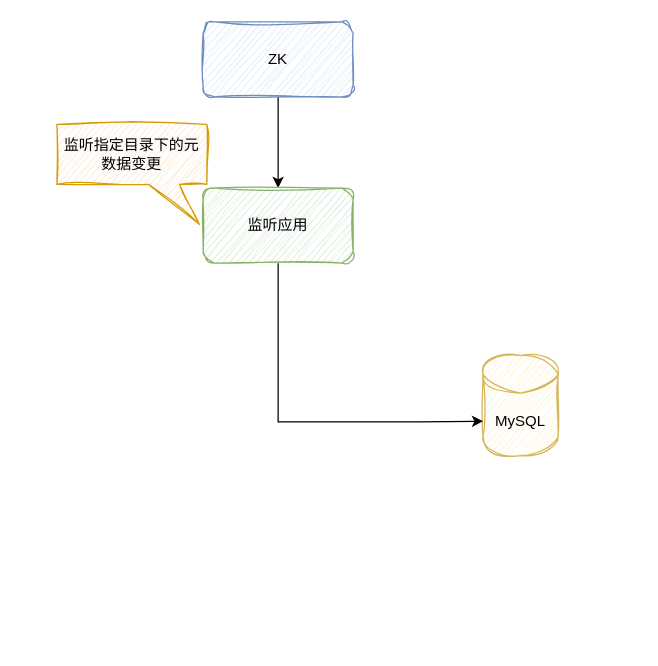
Before: pulsar元数据持久化.drawio in onceMisery/draw, a draw.io diagram. Source tidied: cells renumbered, new cells numbered last; positions are measured from the earlier drawing's top-left corner, leaving out a move shared by most shapes. Both pictures are drawn from the tidied source at 125%, with x=0, y=0 at pixel (56, 21).
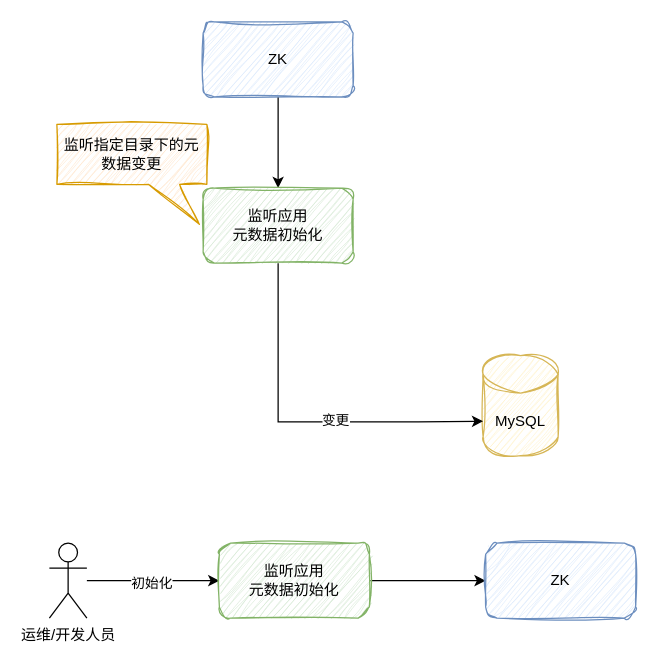
The same page after the edit.

Commit message (it also covers changes not shown here):
更新pulsar元数据持久化.drawio

Diff of the diagram source:
```diff
@@
 <mxGraphModel>
   <root>
     <mxCell id="0" />
     <mxCell id="1" parent="0" />
     <mxCell id="2" style="edgeStyle=orthogonalEdgeStyle;rounded=0;jettySize=auto;html=1;exitX=0.5;exitY=1;exitDx=0;exitDy=0;" parent="1" edge="1" source="3" target="4">
       <mxGeometry relative="1" as="geometry" />
     </mxCell>
     <mxCell id="3" value="ZK" style="rounded=1;whiteSpace=wrap;html=1;sketch=1;curveFitting=1;jiggle=2;shadow=0;textShadow=0;fillColor=#dae8fc;strokeColor=#6c8ebf;glass=0;" parent="1" vertex="1">
       <mxGeometry x="117" width="120" height="60" as="geometry" />
     </mxCell>
-    <mxCell id="4" value="监听应用" style="rounded=1;whiteSpace=wrap;html=1;fillColor=#d5e8d4;strokeColor=#82b366;sketch=1;curveFitting=1;jiggle=2;" parent="1" vertex="1">
+    <mxCell id="4" value="监听应用&lt;div&gt;元数据初始化&lt;/div&gt;" style="rounded=1;whiteSpace=wrap;html=1;fillColor=#d5e8d4;strokeColor=#82b366;sketch=1;curveFitting=1;jiggle=2;" parent="1" vertex="1">
       <mxGeometry x="117" y="133" width="120" height="60" as="geometry" />
     </mxCell>
     <mxCell id="5" value="MySQL" style="shape=cylinder3;whiteSpace=wrap;html=1;boundedLbl=1;backgroundOutline=1;size=15;fillColor=#fff2cc;strokeColor=#d6b656;shadow=0;textShadow=0;sketch=1;curveFitting=1;jiggle=2;" parent="1" vertex="1">
       <mxGeometry x="341" y="267" width="60" height="80" as="geometry" />
     </mxCell>
     <mxCell id="6" style="edgeStyle=orthogonalEdgeStyle;rounded=0;jettySize=auto;html=1;entryX=0;entryY=0;entryDx=0;entryDy=52.5;entryPerimeter=0;" parent="1" edge="1" source="4" target="5">
       <mxGeometry relative="1" as="geometry">
         <Array as="points">
           <mxPoint x="177" y="320" />
           <mxPoint x="289" y="320" />
         </Array>
       </mxGeometry>
     </mxCell>
+    <mxCell id="8" value="变更" style="edgeLabel;html=1;align=center;verticalAlign=middle;" parent="6" vertex="1">
+      <mxGeometry x="0.18" y="2" relative="1" as="geometry" />
+    </mxCell>
     <mxCell id="7" value="监听指定目录下的元数据变更" style="shape=callout;whiteSpace=wrap;html=1;perimeter=calloutPerimeter;sketch=1;curveFitting=1;jiggle=2;fillColor=#ffe6cc;strokeColor=#d79b00;rotation=0;base=25;size=32;position=0.61;position2=0.95;" parent="1" vertex="1">
       <mxGeometry y="82" width="120" height="80" as="geometry" />
     </mxCell>
+    <mxCell id="9" style="edgeStyle=orthogonalEdgeStyle;rounded=0;jettySize=auto;html=1;entryX=0;entryY=0.5;entryDx=0;entryDy=0;" parent="1" edge="1" source="11" target="13">
+      <mxGeometry relative="1" as="geometry" />
+    </mxCell>
+    <mxCell id="10" value="初始化" style="edgeLabel;html=1;align=center;verticalAlign=middle;" parent="9" vertex="1">
+      <mxGeometry x="-0.03" y="-1" relative="1" as="geometry" />
+    </mxCell>
+    <mxCell id="11" value="运维/开发人员" style="shape=umlActor;verticalLabelPosition=bottom;verticalAlign=top;html=1;outlineConnect=0;" parent="1" vertex="1">
+      <mxGeometry x="-6" y="417" width="30" height="60" as="geometry" />
+    </mxCell>
+    <mxCell id="12" style="edgeStyle=orthogonalEdgeStyle;rounded=0;jettySize=auto;html=1;entryX=0;entryY=0.5;entryDx=0;entryDy=0;" parent="1" edge="1" source="13" target="14">
+      <mxGeometry relative="1" as="geometry" />
+    </mxCell>
+    <mxCell id="13" value="监听应用&lt;div&gt;元数据初始化&lt;/div&gt;" style="rounded=1;whiteSpace=wrap;html=1;fillColor=#d5e8d4;strokeColor=#82b366;sketch=1;curveFitting=1;jiggle=2;" parent="1" vertex="1">
+      <mxGeometry x="130" y="417" width="120" height="60" as="geometry" />
+    </mxCell>
+    <mxCell id="14" value="ZK" style="rounded=1;whiteSpace=wrap;html=1;sketch=1;curveFitting=1;jiggle=2;shadow=0;textShadow=0;fillColor=#dae8fc;strokeColor=#6c8ebf;glass=0;" parent="1" vertex="1">
+      <mxGeometry x="343" y="417" width="120" height="60" as="geometry" />
+    </mxCell>
   </root>
 </mxGraphModel>
```
